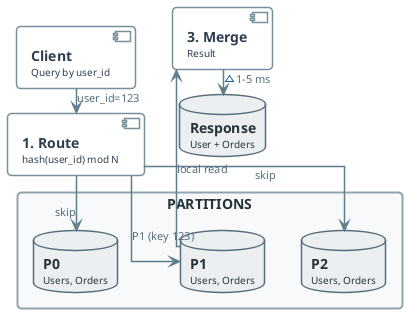
Earlier version of the PlantUML export diagrams/week02/week2_lecture_slide24_query_flow.png (OrPerets/data-engineering-course).
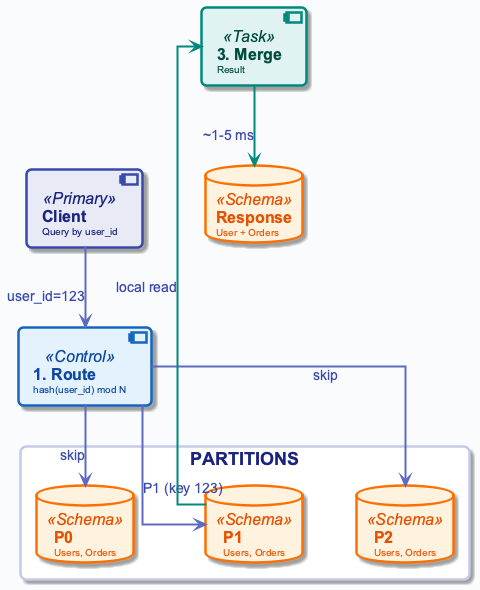
After the change.

The edit, as a diff of the source:
```diff
@@ -1,145 +1,28 @@
 @startuml
+!include ../_template_styles.puml
+left to right direction
 
-left to right direction
-skinparam linetype ortho
-skinparam shadowing false
-skinparam roundcorner 8
-skinparam handwritten false
-skinparam nodesep 24
-skinparam ranksep 28
+component "**Client**\n<size:10>Query by user_id</size>" as C <<Primary>>
 
-skinparam defaultFontName "Segoe UI, Helvetica, sans-serif"
-skinparam defaultFontSize 16
-skinparam defaultFontColor #2C3E50
+component "**1. Route**\n<size:10>hash(user_id) mod N</size>" as R <<Control>>
 
-skinparam rectangle {
-    BackgroundColor #F8F9FA
-    BorderColor #90A4AE
-    BorderThickness 2
-    FontColor #263238
-    FontSize 14
-    FontStyle bold
-    Padding 20
-}
-
-skinparam component {
-    BackgroundColor #FFFFFF
-    BorderColor #78909C
-    BorderThickness 1.5
-    FontSize 14
-    Padding 12
-}
-
-skinparam database {
-    BackgroundColor #ECEFF1
-    BorderColor #546E7A
-    BorderThickness 1.5
-    FontSize 14
-    FontColor #263238
-}
-
-skinparam arrow {
-    Color #607D8B
-    Thickness 1.5
-    FontSize 11
-    FontColor #546E7A
-}
-
-skinparam component<<UI>> {
-    BorderColor #8E24AA
-    BackgroundColor #F3E5F5
-    FontColor #4A148C
-}
-
-skinparam component<<Agent>> {
-    BorderColor #0288D1
-    BackgroundColor #E1F5FE
-    FontColor #01579B
-}
-
-skinparam component<<Tool>> {
-    BorderColor #2E7D32
-    BackgroundColor #E8F5E9
-    FontColor #1B5E20
-}
-
-skinparam component<<Config>> {
-    BorderColor #F57C00
-    BackgroundColor #FFF3E0
-    FontColor #E65100
-}
-
-skinparam component<<Bad>> {
-    BorderColor #C62828
-    BackgroundColor #FFEBEE
-    FontColor #B71C1C
-}
-
-skinparam component<<V1>> {
-    BorderColor #F57C00
-    BackgroundColor #FFF3E0
-    FontColor #E65100
-}
-
-skinparam component<<V2>> {
-    BorderColor #2E7D32
-    BackgroundColor #E8F5E9
-    FontColor #1B5E20
-}
-
-skinparam component<<up>> {
-    BackgroundColor #E8F5E9
-    BorderColor #2E7D32
-}
-
-skinparam component<<down>> {
-    BackgroundColor #FFEBEE
-    BorderColor #C62828
-}
-
-skinparam database<<up>> {
-    BackgroundColor #E8F5E9
-    BorderColor #2E7D32
-}
-
-skinparam database<<down>> {
-    BackgroundColor #FFEBEE
-    BorderColor #C62828
-}
-
-skinparam component<<success>> {
-    BackgroundColor #E8F5E9
-    BorderColor #2E7D32
-}
-
-skinparam component<<failure>> {
-    BackgroundColor #FFEBEE
-    BorderColor #C62828
-}
-
-
-
-component "**Client**\n<size:10>Query by user_id</size>" as C
-
-component "**1. Route**\n<size:10>hash(user_id) mod N</size>" as R
-
-rectangle "PARTITIONS" #F8F9FA {
-    database "**P0**\n<size:10>Users, Orders</size>" as P0
-    database "**P1**\n<size:10>Users, Orders</size>" as P1
-    database "**P2**\n<size:10>Users, Orders</size>" as P2
+rectangle "PARTITIONS" #FFFFFF {
+    database "**P0**\n<size:10>Users, Orders</size>" as P0 <<Schema>>
+    database "**P1**\n<size:10>Users, Orders</size>" as P1 <<Schema>>
+    database "**P2**\n<size:10>Users, Orders</size>" as P2 <<Schema>>
     P0 -[hidden]down- P1
     P1 -[hidden]down- P2
 }
 
-component "**3. Merge**\n<size:10>Result</size>" as M
+component "**3. Merge**\n<size:10>Result</size>" as M <<Task>>
 
-database "**Response**\n<size:10>User + Orders</size>" as OUT
+database "**Response**\n<size:10>User + Orders</size>" as OUT <<Schema>>
 
-C -right-> R : "user_id=123"
-R -right-> P0 : "skip"
-R -right-> P1 : "P1 (key 123)"
-R -right-> P2 : "skip"
-P1 -right-> M : "local read"
-M -right-> OUT : "~1-5 ms"
+C -right[#5C6BC0,thickness=2]-> R : <color:#3949AB>user_id=123</color>
+R -right[#5C6BC0,thickness=2]-> P0 : <color:#3949AB>skip</color>
+R -right[#5C6BC0,thickness=2]-> P1 : <color:#3949AB>P1 (key 123)</color>
+R -right[#5C6BC0,thickness=2]-> P2 : <color:#3949AB>skip</color>
+P1 -right[#00897B,thickness=2]-> M : <color:#3949AB>local read</color>
+M -right[#00897B,thickness=2]-> OUT : <color:#3949AB>~1-5 ms</color>
 
 @enduml
```
